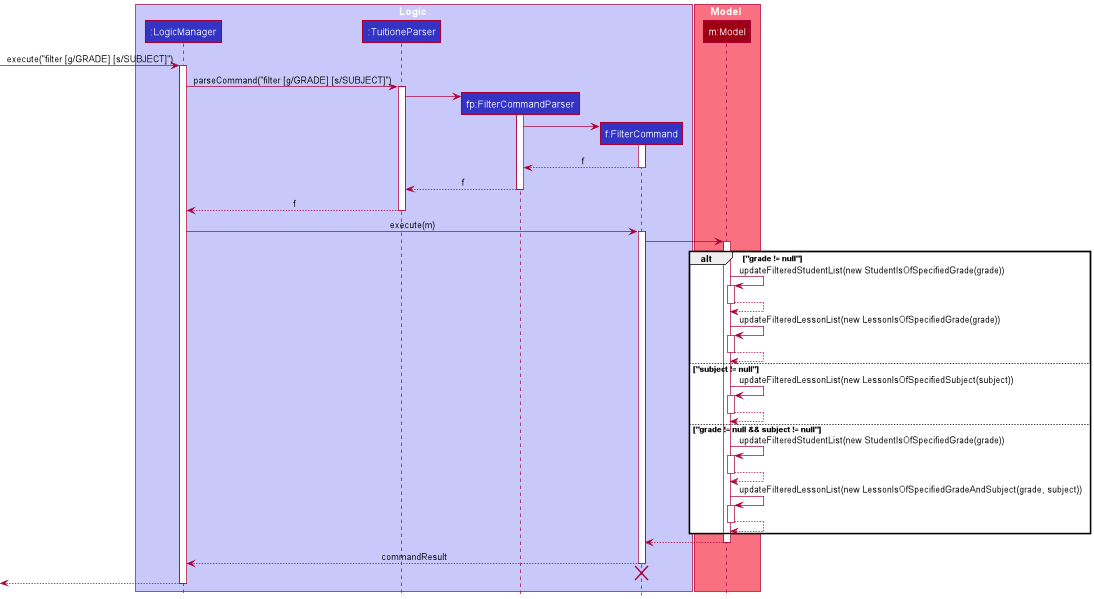
The PlantUML diagram docs/images/FilterSequenceDiagram.png in nus-cs2103-AY2122S1/tp, before a commit. Source of this version:
```plantuml
@startuml
!include style.puml

box Logic LOGIC_COLOR_T1
participant ":LogicManager" as LogicManager LOGIC_COLOR
participant ":TuitioneParser" as TuitioneParser LOGIC_COLOR
participant "fp:FilterCommandParser" as FilterCommandParser LOGIC_COLOR
participant "f:FilterCommand" as FilterCommand LOGIC_COLOR
end box

box Model MODEL_COLOR_T1
participant "m:Model" as Model MODEL_COLOR
end box

[-> LogicManager : execute("filter [g/GRADE] [s/SUBJECT]")
activate LogicManager

LogicManager -> TuitioneParser : parseCommand("filter [g/GRADE] [s/SUBJECT]")
activate TuitioneParser


create FilterCommandParser
TuitioneParser -> FilterCommandParser
activate FilterCommandParser

create FilterCommand
FilterCommandParser -> FilterCommand
activate FilterCommand

FilterCommand --> FilterCommandParser : f
deactivate FilterCommand

FilterCommandParser --> TuitioneParser : f
deactivate FilterCommandParser

TuitioneParser --> LogicManager : f
deactivate TuitioneParser

LogicManager -> FilterCommand : execute(m)
activate FilterCommand

FilterCommand -> Model
activate Model
alt "grade != null"

    Model -> Model : updateFilteredStudentList(new StudentIsOfSpecifiedGrade(grade))
    activate Model
    Model --> Model
    deactivate Model
    Model -> Model : updateFilteredLessonList(new LessonIsOfSpecifiedGrade(grade))
    activate Model
    Model --> Model
    deactivate Model
else "subject != null"
    Model -> Model : updateFilteredLessonList(new LessonIsOfSpecifiedSubject(subject))
    activate Model
    Model --> Model
    deactivate Model
else "grade != null && subject != null"
    Model -> Model : updateFilteredStudentList(new StudentIsOfSpecifiedGrade(grade))
    activate Model
    Model --> Model
    deactivate Model
    Model -> Model : updateFilteredLessonList(new LessonIsOfSpecifiedGradeAndSubject(grade, subject))
    activate Model
    Model --> Model
    deactivate Model
end

Model --> FilterCommand
deactivate Model

FilterCommand --> LogicManager : commandResult
deactivate FilterCommand
FilterCommand -[hidden]-> LogicManager
destroy FilterCommand

[<--LogicManager
deactivate LogicManager
@enduml
```
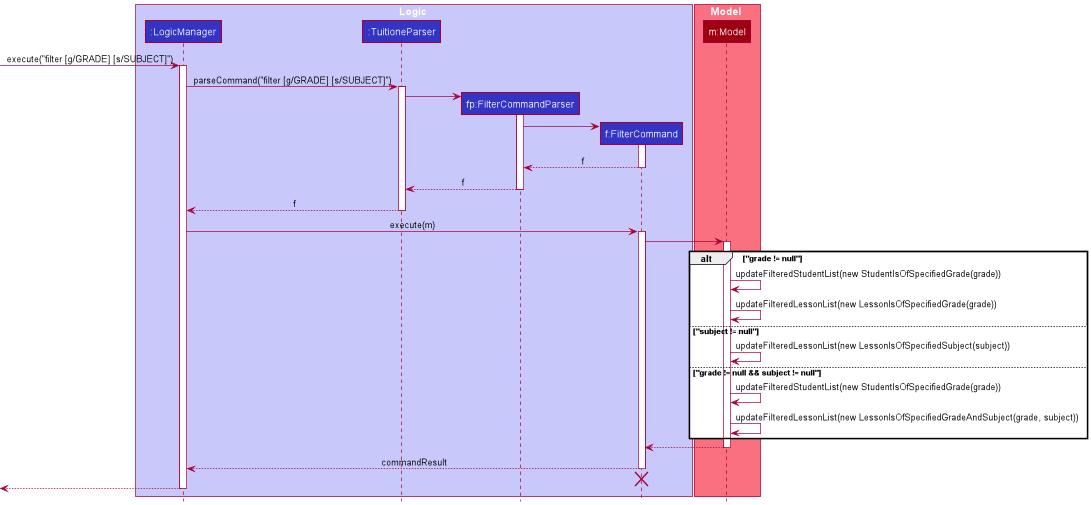
Later version of the same file.

Commit message:
Update filter sequence diagram

Change to the diagram source:
```diff
@@ -44,27 +44,13 @@
 alt "grade != null"
 
     Model -> Model : updateFilteredStudentList(new StudentIsOfSpecifiedGrade(grade))
-    activate Model
-    Model --> Model
-    deactivate Model
     Model -> Model : updateFilteredLessonList(new LessonIsOfSpecifiedGrade(grade))
-    activate Model
-    Model --> Model
-    deactivate Model
 else "subject != null"
     Model -> Model : updateFilteredLessonList(new LessonIsOfSpecifiedSubject(subject))
-    activate Model
-    Model --> Model
-    deactivate Model
+
 else "grade != null && subject != null"
     Model -> Model : updateFilteredStudentList(new StudentIsOfSpecifiedGrade(grade))
-    activate Model
-    Model --> Model
-    deactivate Model
     Model -> Model : updateFilteredLessonList(new LessonIsOfSpecifiedGradeAndSubject(grade, subject))
-    activate Model
-    Model --> Model
-    deactivate Model
 end
 
 Model --> FilterCommand
```
